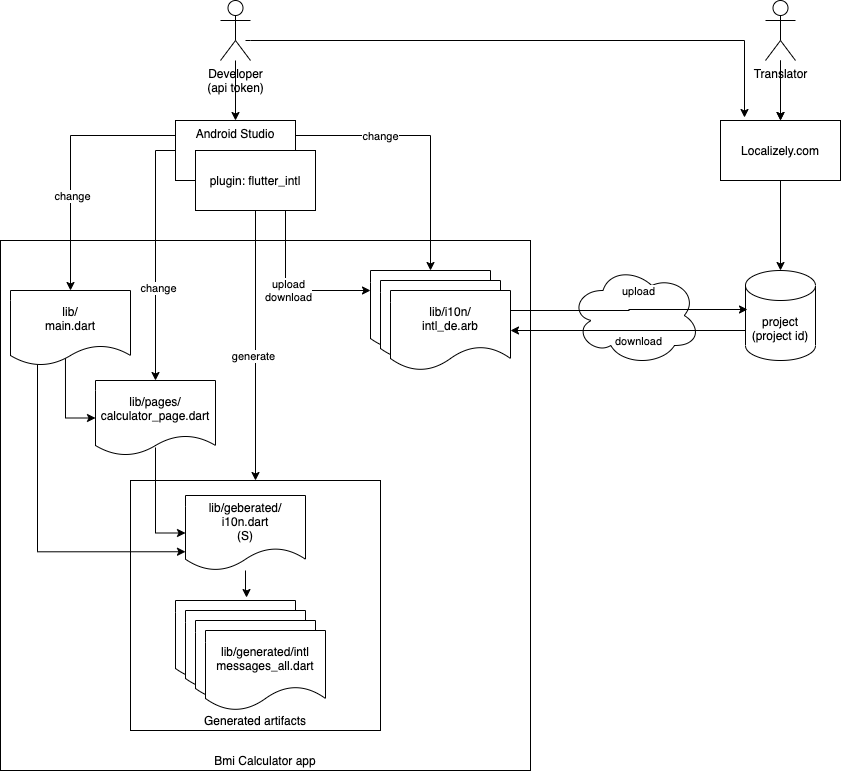
Before: diagrams/localizely-flow.png, a diagram exported from draw.io (nikkijuk/bmi-calculator-app). Source tidied: cells renumbered, new cells last; positions are measured from the earlier drawing's top-left corner, leaving out a move shared by most shapes.
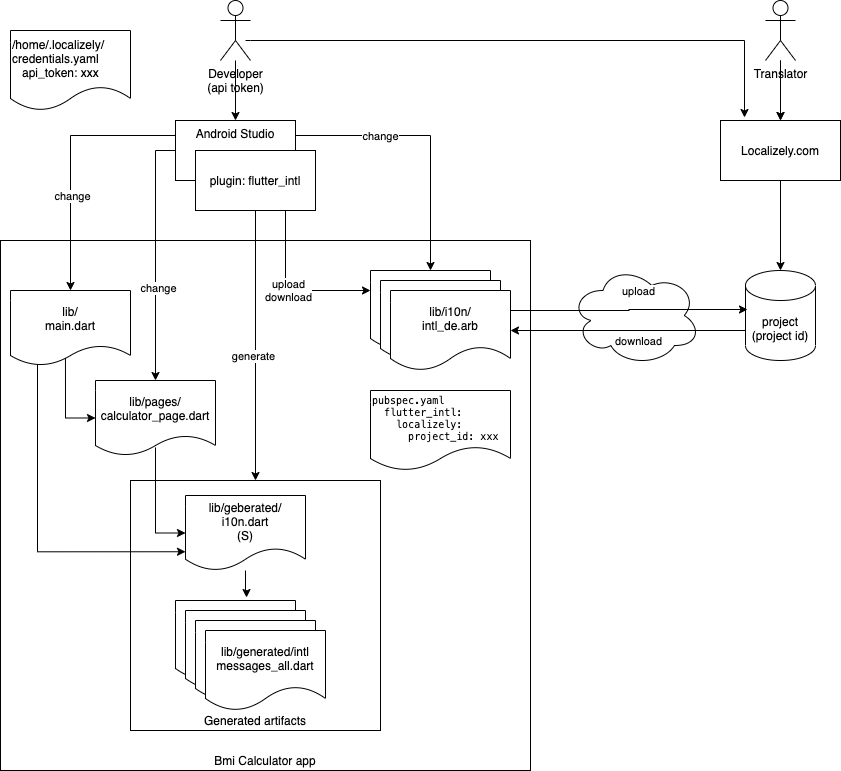
Later version of the same file.

Diff of the diagram source:
```diff
@@ -137,5 +137,11 @@
     <mxCell id="42" value="lib/&lt;br&gt;main.dart" style="shape=document;whiteSpace=wrap;html=1;boundedLbl=1;size=0.26666666666666666;" parent="1" vertex="1">
       <mxGeometry x="10" y="290" width="120" height="75" as="geometry" />
     </mxCell>
+    <mxCell id="43" value="/home/.localizely/&lt;br&gt;credentials.yaml&lt;br&gt;&amp;nbsp; &amp;nbsp;api_token: xxx" style="shape=document;whiteSpace=wrap;html=1;boundedLbl=1;align=left;" parent="1" vertex="1">
+      <mxGeometry x="10" y="30" width="120" height="80" as="geometry" />
+    </mxCell>
+    <mxCell id="44" value="&lt;p style=&quot;background-color: rgb(255 , 255 , 255) ; font-family: &amp;#34;menlo&amp;#34; ; font-size: 10px&quot;&gt;&lt;font style=&quot;font-size: 10px&quot;&gt;pubspec.yaml&lt;br&gt;&lt;/font&gt;&lt;font style=&quot;font-size: 10px&quot;&gt;&amp;nbsp; flutter_intl:&lt;br&gt;&lt;/font&gt;&lt;font style=&quot;font-size: 10px&quot;&gt;&amp;nbsp; &amp;nbsp; localizely:&lt;br&gt;&lt;/font&gt;&lt;font style=&quot;font-size: 10px&quot;&gt;&amp;nbsp; &amp;nbsp; &amp;nbsp; project_id: xxx&lt;/font&gt;&lt;/p&gt;" style="shape=document;whiteSpace=wrap;html=1;boundedLbl=1;align=left;" parent="1" vertex="1">
+      <mxGeometry x="370" y="390" width="140" height="80" as="geometry" />
+    </mxCell>
   </root>
 </mxGraphModel>
```
